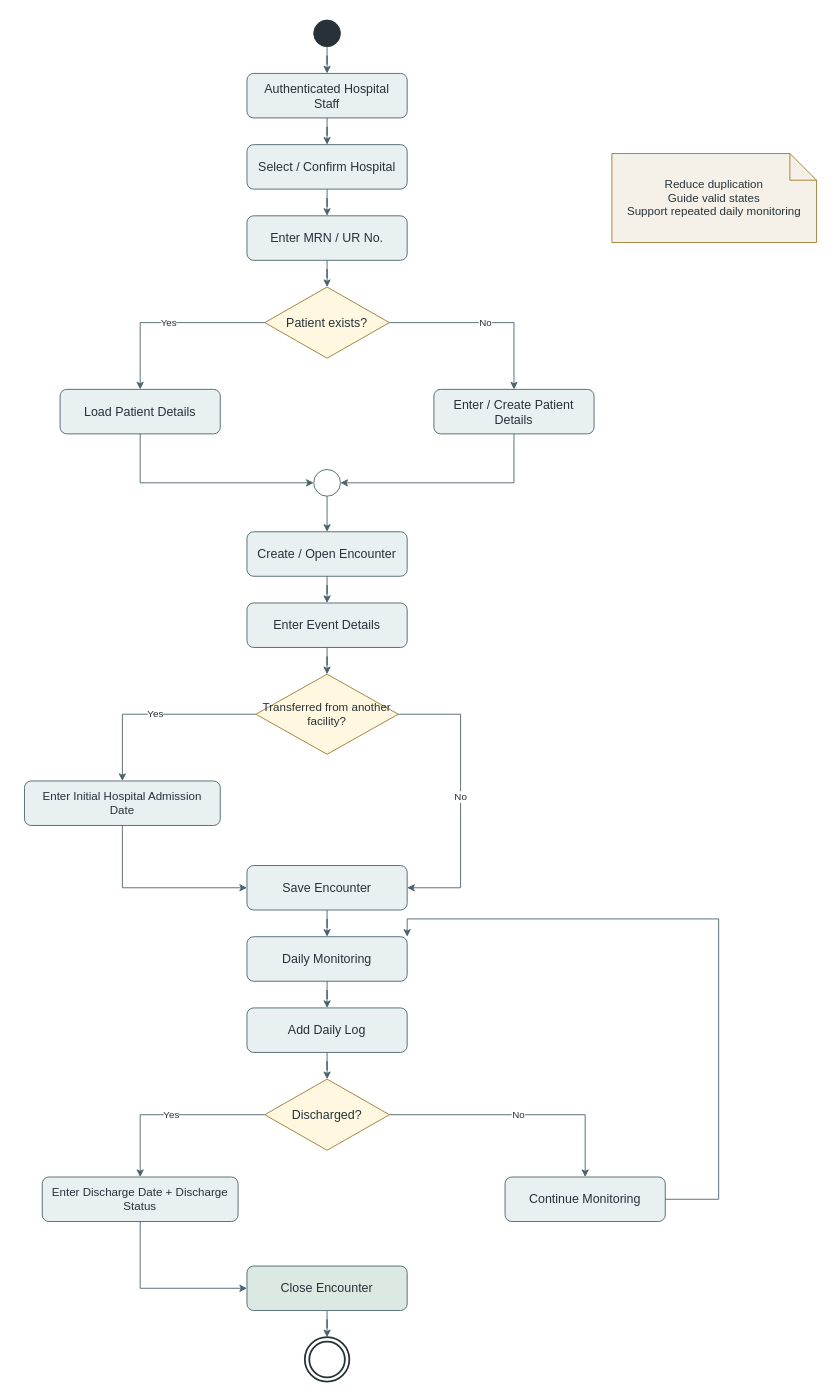
CandyCheng-git/centralised-patient-monitoring-system keeps this draw.io diagram as design/user-flow/patient-monitoring.drawio. Above is the earlier version. Source tidied: cells renumbered, new cells numbered last; positions are measured from the earlier drawing's top-left corner, leaving out a move shared by most shapes. Both pictures are drawn from the tidied source at 89%, with x=0, y=0 at pixel (24, 20).
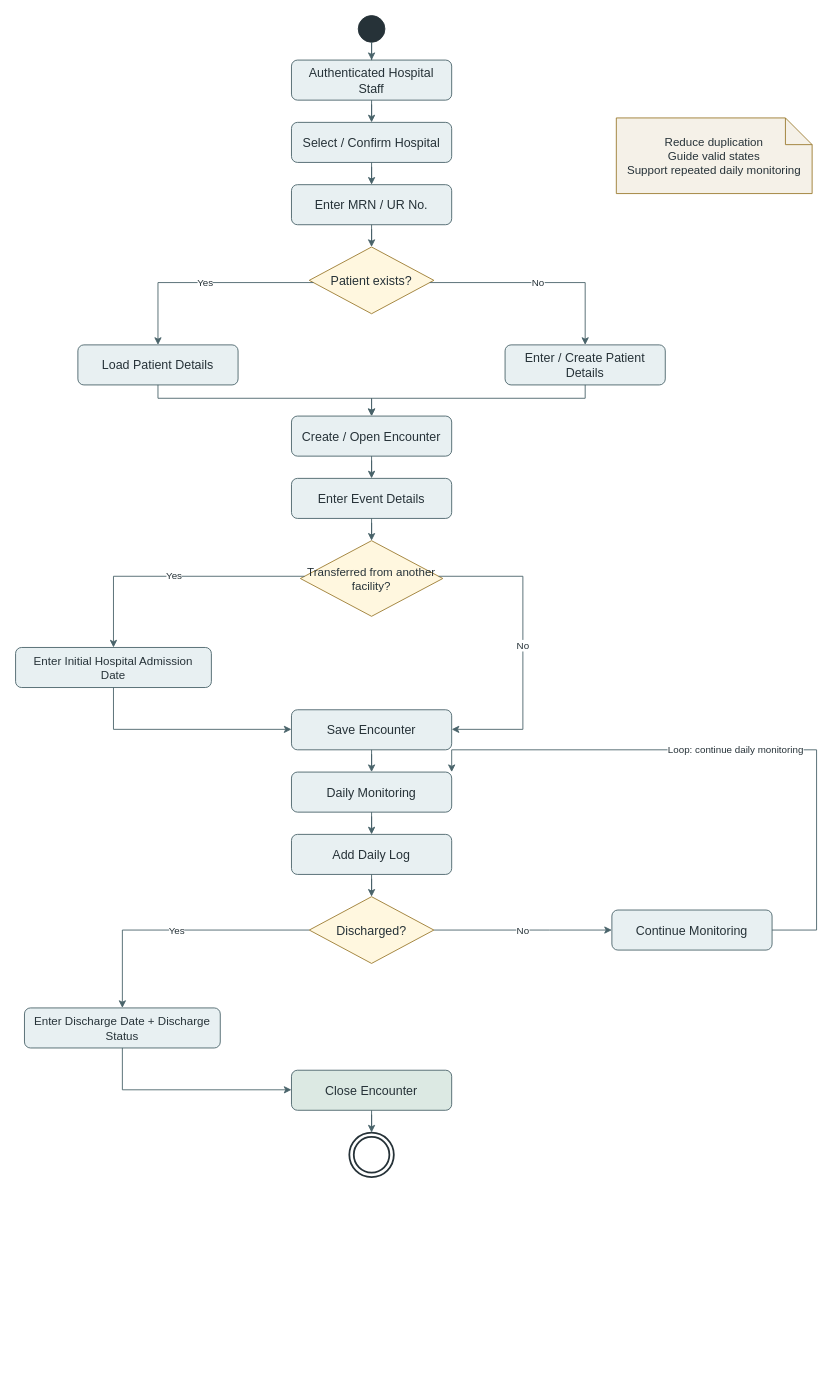
After the change.

Commit message:
Simplify patient monitoring user flow

Change to the diagram source:
```diff
@@
     <mxCell id="2" style="ellipse;whiteSpace=wrap;html=1;fillColor=#263238;strokeColor=#263238;" parent="1" vertex="1">
-      <mxGeometry x="325" width="30" height="30" as="geometry" />
+      <mxGeometry x="375" y="-5" width="30" height="30" as="geometry" />
     </mxCell>
     <mxCell id="3" value="Authenticated Hospital Staff" style="rounded=1;whiteSpace=wrap;html=1;fillColor=#e8f0f2;strokeColor=#49636a;fontColor=#263238;fontSize=14;spacing=8;" parent="1" vertex="1">
-      <mxGeometry x="250" y="60" width="180" height="50" as="geometry" />
+      <mxGeometry x="300" y="45" width="180" height="45" as="geometry" />
     </mxCell>
     <mxCell id="4" value="Select / Confirm Hospital" style="rounded=1;whiteSpace=wrap;html=1;fillColor=#e8f0f2;strokeColor=#49636a;fontColor=#263238;fontSize=14;spacing=8;" parent="1" vertex="1">
-      <mxGeometry x="250" y="140" width="180" height="50" as="geometry" />
+      <mxGeometry x="300" y="115" width="180" height="45" as="geometry" />
     </mxCell>
     <mxCell id="5" value="Enter MRN / UR No." style="rounded=1;whiteSpace=wrap;html=1;fillColor=#e8f0f2;strokeColor=#49636a;fontColor=#263238;fontSize=14;spacing=8;" parent="1" vertex="1">
-      <mxGeometry x="250" y="220" width="180" height="50" as="geometry" />
+      <mxGeometry x="300" y="185" width="180" height="45" as="geometry" />
     </mxCell>
     <mxCell id="6" value="Patient exists?" style="rhombus;whiteSpace=wrap;html=1;fillColor=#fff7df;strokeColor=#9b7a2f;fontColor=#263238;fontSize=14;spacing=8;" parent="1" vertex="1">
-      <mxGeometry x="270" y="300" width="140" height="80" as="geometry" />
+      <mxGeometry x="320" y="255" width="140" height="75" as="geometry" />
     </mxCell>
     <mxCell id="7" value="Load Patient Details" style="rounded=1;whiteSpace=wrap;html=1;fillColor=#e8f0f2;strokeColor=#49636a;fontColor=#263238;fontSize=14;spacing=8;" parent="1" vertex="1">
-      <mxGeometry x="40" y="415" width="180" height="50" as="geometry" />
+      <mxGeometry x="60" y="365" width="180" height="45" as="geometry" />
     </mxCell>
     <mxCell id="8" value="Enter / Create Patient Details" style="rounded=1;whiteSpace=wrap;html=1;fillColor=#e8f0f2;strokeColor=#49636a;fontColor=#263238;fontSize=14;spacing=8;" parent="1" vertex="1">
-      <mxGeometry x="460" y="415" width="180" height="50" as="geometry" />
+      <mxGeometry x="540" y="365" width="180" height="45" as="geometry" />
     </mxCell>
-    <mxCell id="9" style="ellipse;whiteSpace=wrap;html=1;fillColor=#ffffff;strokeColor=#49636a;" parent="1" vertex="1">
-      <mxGeometry x="325" y="505" width="30" height="30" as="geometry" />
-    </mxCell>
     <mxCell id="10" value="Create / Open Encounter" style="rounded=1;whiteSpace=wrap;html=1;fillColor=#e8f0f2;strokeColor=#49636a;fontColor=#263238;fontSize=14;spacing=8;" parent="1" vertex="1">
-      <mxGeometry x="250" y="575" width="180" height="50" as="geometry" />
+      <mxGeometry x="300" y="445" width="180" height="45" as="geometry" />
     </mxCell>
     <mxCell id="11" value="Enter Event Details" style="rounded=1;whiteSpace=wrap;html=1;fillColor=#e8f0f2;strokeColor=#49636a;fontColor=#263238;fontSize=14;spacing=8;" parent="1" vertex="1">
-      <mxGeometry x="250" y="655" width="180" height="50" as="geometry" />
+      <mxGeometry x="300" y="515" width="180" height="45" as="geometry" />
     </mxCell>
     <mxCell id="12" value="Transferred from another facility?" style="rhombus;whiteSpace=wrap;html=1;fillColor=#fff7df;strokeColor=#9b7a2f;fontColor=#263238;fontSize=13;spacing=6;" parent="1" vertex="1">
-      <mxGeometry x="260" y="735" width="160" height="90" as="geometry" />
+      <mxGeometry x="310" y="585" width="160" height="85" as="geometry" />
     </mxCell>
     <mxCell id="13" value="Enter Initial Hospital Admission Date" style="rounded=1;whiteSpace=wrap;html=1;fillColor=#e8f0f2;strokeColor=#49636a;fontColor=#263238;fontSize=13;spacing=8;" parent="1" vertex="1">
-      <mxGeometry y="855" width="220" height="50" as="geometry" />
+      <mxGeometry x="-10" y="705" width="220" height="45" as="geometry" />
     </mxCell>
     <mxCell id="14" value="Save Encounter" style="rounded=1;whiteSpace=wrap;html=1;fillColor=#e8f0f2;strokeColor=#49636a;fontColor=#263238;fontSize=14;spacing=8;" parent="1" vertex="1">
-      <mxGeometry x="250" y="950" width="180" height="50" as="geometry" />
+      <mxGeometry x="300" y="775" width="180" height="45" as="geometry" />
     </mxCell>
     <mxCell id="15" value="Daily Monitoring" style="rounded=1;whiteSpace=wrap;html=1;fillColor=#e8f0f2;strokeColor=#49636a;fontColor=#263238;fontSize=14;spacing=8;" parent="1" vertex="1">
-      <mxGeometry x="250" y="1030" width="180" height="50" as="geometry" />
+      <mxGeometry x="300" y="845" width="180" height="45" as="geometry" />
     </mxCell>
     <mxCell id="16" value="Add Daily Log" style="rounded=1;whiteSpace=wrap;html=1;fillColor=#e8f0f2;strokeColor=#49636a;fontColor=#263238;fontSize=14;spacing=8;" parent="1" vertex="1">
-      <mxGeometry x="250" y="1110" width="180" height="50" as="geometry" />
+      <mxGeometry x="300" y="915" width="180" height="45" as="geometry" />
     </mxCell>
     <mxCell id="17" value="Discharged?" style="rhombus;whiteSpace=wrap;html=1;fillColor=#fff7df;strokeColor=#9b7a2f;fontColor=#263238;fontSize=14;spacing=8;" parent="1" vertex="1">
-      <mxGeometry x="270" y="1190" width="140" height="80" as="geometry" />
+      <mxGeometry x="320" y="985" width="140" height="75" as="geometry" />
     </mxCell>
     <mxCell id="18" value="Continue Monitoring" style="rounded=1;whiteSpace=wrap;html=1;fillColor=#e8f0f2;strokeColor=#49636a;fontColor=#263238;fontSize=14;spacing=8;" parent="1" vertex="1">
-      <mxGeometry x="540" y="1300" width="180" height="50" as="geometry" />
+      <mxGeometry x="660" y="1000" width="180" height="45" as="geometry" />
     </mxCell>
     <mxCell id="19" value="Enter Discharge Date + Discharge Status" style="rounded=1;whiteSpace=wrap;html=1;fillColor=#e8f0f2;strokeColor=#49636a;fontColor=#263238;fontSize=13;spacing=8;" parent="1" vertex="1">
-      <mxGeometry x="20" y="1300" width="220" height="50" as="geometry" />
+      <mxGeometry y="1110" width="220" height="45" as="geometry" />
     </mxCell>
     <mxCell id="20" value="Close Encounter" style="rounded=1;whiteSpace=wrap;html=1;fillColor=#dce9e3;strokeColor=#49636a;fontColor=#263238;fontSize=14;spacing=8;" parent="1" vertex="1">
-      <mxGeometry x="250" y="1400" width="180" height="50" as="geometry" />
+      <mxGeometry x="300" y="1180" width="180" height="45" as="geometry" />
     </mxCell>
     <mxCell id="21" style="shape=doubleEllipse;whiteSpace=wrap;html=1;fillColor=#ffffff;strokeColor=#263238;strokeWidth=2;" parent="1" vertex="1">
-      <mxGeometry x="315" y="1480" width="50" height="50" as="geometry" />
+      <mxGeometry x="365" y="1250" width="50" height="50" as="geometry" />
     </mxCell>
-    <mxCell id="22" value="Reduce duplication&lt;br&gt;Guide valid states&lt;br&gt;Support repeated daily monitoring" style="shape=note;whiteSpace=wrap;html=1;fillColor=#f5f1e8;strokeColor=#9b7a2f;fontColor=#263238;fontSize=13;spacing=10;" parent="1" vertex="1">
-      <mxGeometry x="660" y="150" width="230" height="100" as="geometry" />
+    <mxCell id="22" value="Reduce duplication&lt;br&gt;Guide valid states&lt;br&gt;Support repeated daily monitoring" style="shape=note;whiteSpace=wrap;html=1;fillColor=#f5f1e8;strokeColor=#9b7a2f;fontColor=#263238;fontSize=13;spacing=8;" parent="1" vertex="1">
+      <mxGeometry x="665" y="110" width="220" height="85" as="geometry" />
     </mxCell>
@@
     <mxCell id="27" value="Yes" style="edgeStyle=orthogonalEdgeStyle;rounded=0;jettySize=auto;html=1;strokeColor=#49636a;fontColor=#263238;labelBackgroundColor=#ffffff;" parent="1" edge="1" source="6" target="7">
       <mxGeometry relative="1" as="geometry">
         <Array as="points">
-          <mxPoint x="130" y="340" />
-          <mxPoint x="130" y="415" />
+          <mxPoint x="150" y="295" />
+          <mxPoint x="150" y="365" />
         </Array>
       </mxGeometry>
     </mxCell>
     <mxCell id="28" value="No" style="edgeStyle=orthogonalEdgeStyle;rounded=0;jettySize=auto;html=1;strokeColor=#49636a;fontColor=#263238;labelBackgroundColor=#ffffff;" parent="1" edge="1" source="6" target="8">
       <mxGeometry relative="1" as="geometry">
         <Array as="points">
-          <mxPoint x="550" y="340" />
-          <mxPoint x="550" y="415" />
+          <mxPoint x="630" y="295" />
+          <mxPoint x="630" y="365" />
         </Array>
       </mxGeometry>
     </mxCell>
-    <mxCell id="29" style="edgeStyle=orthogonalEdgeStyle;rounded=0;jettySize=auto;html=1;strokeColor=#49636a;" parent="1" edge="1" source="7" target="9">
-      <mxGeometry relative="1" as="geometry">
-        <Array as="points">
-          <mxPoint x="130" y="520" />
-        </Array>
-      </mxGeometry>
-    </mxCell>
-    <mxCell id="30" style="edgeStyle=orthogonalEdgeStyle;rounded=0;jettySize=auto;html=1;strokeColor=#49636a;" parent="1" edge="1" source="8" target="9">
-      <mxGeometry relative="1" as="geometry">
-        <Array as="points">
-          <mxPoint x="550" y="520" />
-        </Array>
-      </mxGeometry>
-    </mxCell>
-    <mxCell id="31" style="edgeStyle=orthogonalEdgeStyle;rounded=0;jettySize=auto;html=1;strokeColor=#49636a;" parent="1" edge="1" source="9" target="10">
-      <mxGeometry relative="1" as="geometry" />
-    </mxCell>
+    <mxCell id="45" style="edgeStyle=orthogonalEdgeStyle;rounded=0;jettySize=auto;html=1;strokeColor=#49636a;" parent="1" edge="1" source="7" target="10">
+      <mxGeometry relative="1" as="geometry">
+        <Array as="points">
+          <mxPoint x="150" y="425" />
+          <mxPoint x="390" y="425" />
+        </Array>
+      </mxGeometry>
+    </mxCell>
+    <mxCell id="46" style="edgeStyle=orthogonalEdgeStyle;rounded=0;jettySize=auto;html=1;strokeColor=#49636a;" parent="1" edge="1" source="8" target="10">
+      <mxGeometry relative="1" as="geometry">
+        <Array as="points">
+          <mxPoint x="630" y="425" />
+          <mxPoint x="390" y="425" />
+        </Array>
+      </mxGeometry>
+    </mxCell>
@@
     <mxCell id="34" value="Yes" style="edgeStyle=orthogonalEdgeStyle;rounded=0;jettySize=auto;html=1;strokeColor=#49636a;fontColor=#263238;labelBackgroundColor=#ffffff;" parent="1" edge="1" source="12" target="13">
       <mxGeometry relative="1" as="geometry">
         <Array as="points">
-          <mxPoint x="110" y="780" />
-          <mxPoint x="110" y="855" />
+          <mxPoint x="100" y="625" />
+          <mxPoint x="100" y="705" />
         </Array>
       </mxGeometry>
     </mxCell>
     <mxCell id="35" value="No" style="edgeStyle=orthogonalEdgeStyle;rounded=0;jettySize=auto;html=1;strokeColor=#49636a;fontColor=#263238;labelBackgroundColor=#ffffff;" parent="1" edge="1" source="12" target="14">
       <mxGeometry relative="1" as="geometry">
         <Array as="points">
-          <mxPoint x="490" y="780" />
-          <mxPoint x="490" y="975" />
+          <mxPoint x="560" y="625" />
+          <mxPoint x="560" y="797" />
         </Array>
       </mxGeometry>
     </mxCell>
     <mxCell id="36" style="edgeStyle=orthogonalEdgeStyle;rounded=0;jettySize=auto;html=1;strokeColor=#49636a;" parent="1" edge="1" source="13" target="14">
       <mxGeometry relative="1" as="geometry">
         <Array as="points">
-          <mxPoint x="110" y="975" />
+          <mxPoint x="100" y="797" />
+          <mxPoint x="300" y="797" />
         </Array>
       </mxGeometry>
     </mxCell>
@@
     <mxCell id="40" value="No" style="edgeStyle=orthogonalEdgeStyle;rounded=0;jettySize=auto;html=1;strokeColor=#49636a;fontColor=#263238;labelBackgroundColor=#ffffff;" parent="1" edge="1" source="17" target="18">
       <mxGeometry relative="1" as="geometry">
         <Array as="points">
-          <mxPoint x="630" y="1230" />
-          <mxPoint x="630" y="1300" />
+          <mxPoint x="590" y="1022" />
         </Array>
       </mxGeometry>
     </mxCell>
     <mxCell id="41" value="Yes" style="edgeStyle=orthogonalEdgeStyle;rounded=0;jettySize=auto;html=1;strokeColor=#49636a;fontColor=#263238;labelBackgroundColor=#ffffff;" parent="1" edge="1" source="17" target="19">
       <mxGeometry relative="1" as="geometry">
         <Array as="points">
-          <mxPoint x="130" y="1230" />
-          <mxPoint x="130" y="1300" />
+          <mxPoint x="110" y="1022" />
+          <mxPoint x="110" y="1110" />
         </Array>
       </mxGeometry>
     </mxCell>
-    <mxCell id="42" style="edgeStyle=orthogonalEdgeStyle;rounded=0;jettySize=auto;html=1;strokeColor=#49636a;" parent="1" edge="1" source="18" target="15">
+    <mxCell id="42" value="Loop: continue daily monitoring" style="edgeStyle=orthogonalEdgeStyle;rounded=0;jettySize=auto;html=1;strokeColor=#49636a;fontColor=#263238;labelBackgroundColor=#ffffff;" parent="1" edge="1" source="18" target="15">
       <mxGeometry relative="1" as="geometry">
         <Array as="points">
-          <mxPoint x="780" y="1325" />
-          <mxPoint x="780" y="1010" />
-          <mxPoint x="430" y="1010" />
+          <mxPoint x="890" y="1022" />
+          <mxPoint x="890" y="820" />
+          <mxPoint x="480" y="820" />
         </Array>
       </mxGeometry>
     </mxCell>
     <mxCell id="43" style="edgeStyle=orthogonalEdgeStyle;rounded=0;jettySize=auto;html=1;strokeColor=#49636a;" parent="1" edge="1" source="19" target="20">
       <mxGeometry relative="1" as="geometry">
         <Array as="points">
-          <mxPoint x="130" y="1425" />
-          <mxPoint x="250" y="1425" />
+          <mxPoint x="110" y="1202" />
+          <mxPoint x="300" y="1202" />
         </Array>
       </mxGeometry>
     </mxCell>
```
